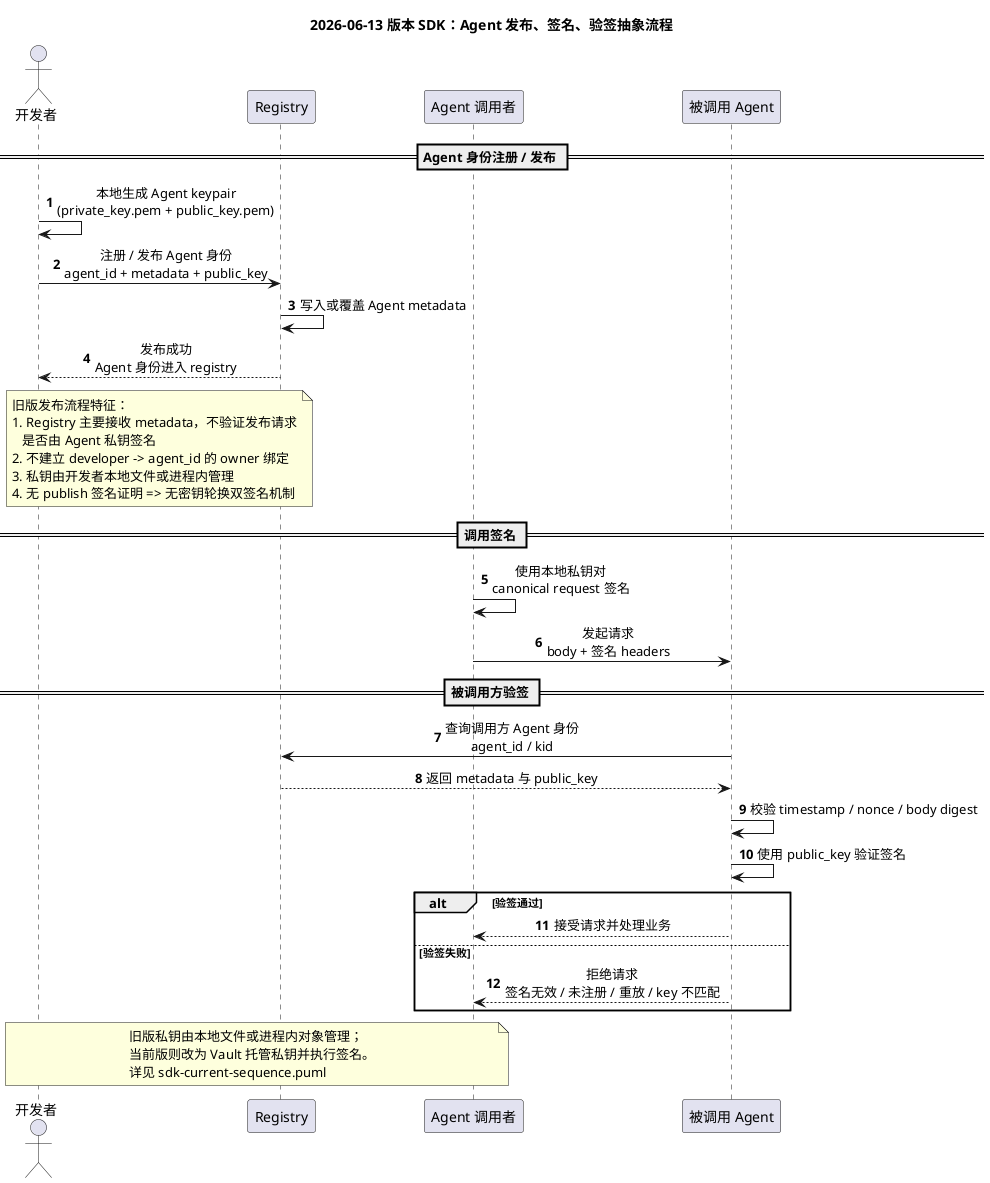
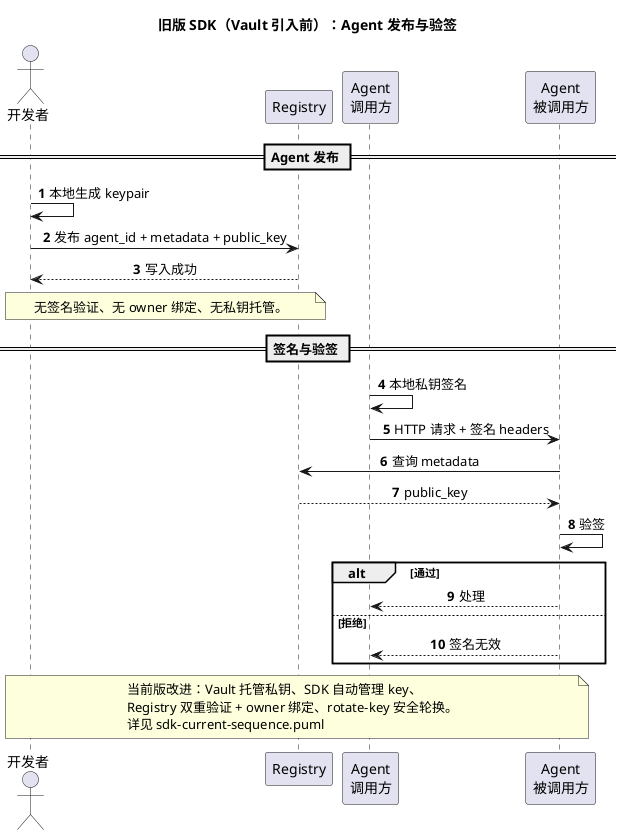
@startuml
- title 2026-06-13 版本 SDK：Agent 发布、签名、验签抽象流程
+ title 旧版 SDK（Vault 引入前）：Agent 发布与验签

skinparam shadowing false
skinparam sequenceMessageAlign center
skinparam responseMessageBelowArrow true

<style>
-   participant {
-     Padding 28
-   }
-   box {
-     Padding 10
-   }
+   participant { Padding 28 }
+   box { Padding 10 }
</style>

autonumber

actor "开发者" as Dev
participant "Registry" as Registry
- participant "Agent 调用者" as Caller
- participant "被调用 Agent" as Callee
+ participant "Agent\n调用方" as Caller
+ participant "Agent\n被调用方" as Callee

- == Agent 身份注册 / 发布 ==
+ == Agent 发布 ==

- Dev -> Dev : 本地生成 Agent keypair\n(private_key.pem + public_key.pem)
- Dev -> Registry : 注册 / 发布 Agent 身份\nagent_id + metadata + public_key
- Registry -> Registry : 写入或覆盖 Agent metadata
- Registry --> Dev : 发布成功\nAgent 身份进入 registry
+ Dev -> Dev : 本地生成 keypair
+ Dev -> Registry : 发布 agent_id + metadata + public_key
+ Registry --> Dev : 写入成功

- note over Dev,Registry
- 旧版发布流程特征：
- 1. Registry 主要接收 metadata，不验证发布请求
-    是否由 Agent 私钥签名
- 2. 不建立 developer -> agent_id 的 owner 绑定
- 3. 私钥由开发者本地文件或进程内管理
- 4. 无 publish 签名证明 => 无密钥轮换双签名机制
+ note over Dev, Registry
+ 无签名验证、无 owner 绑定、无私钥托管。
end note

- == 调用签名 ==
+ == 签名与验签 ==

- Caller -> Caller : 使用本地私钥对\ncanonical request 签名
- Caller -> Callee : 发起请求\nbody + 签名 headers
+ Caller -> Caller : 本地私钥签名
+ Caller -> Callee : HTTP 请求 + 签名 headers

- == 被调用方验签 ==
+ Callee -> Registry : 查询 metadata
+ Registry --> Callee : public_key
+ Callee -> Callee : 验签

- Callee -> Registry : 查询调用方 Agent 身份\nagent_id / kid
- Registry --> Callee : 返回 metadata 与 public_key
- Callee -> Callee : 校验 timestamp / nonce / body digest
- Callee -> Callee : 使用 public_key 验证签名
- 
- alt 验签通过
-     Callee --> Caller : 接受请求并处理业务
- else 验签失败
-     Callee --> Caller : 拒绝请求\n签名无效 / 未注册 / 重放 / key 不匹配
+ alt 通过
+     Callee --> Caller : 处理
+ else 拒绝
+     Callee --> Caller : 签名无效
end

- note over Dev,Caller
- 旧版私钥由本地文件或进程内对象管理；
- 当前版则改为 Vault 托管私钥并执行签名。
+ note over Dev, Callee
+ 当前版改进：Vault 托管私钥、SDK 自动管理 key、
+ Registry 双重验证 + owner 绑定、rotate-key 安全轮换。
详见 sdk-current-sequence.puml
end note

@enduml
